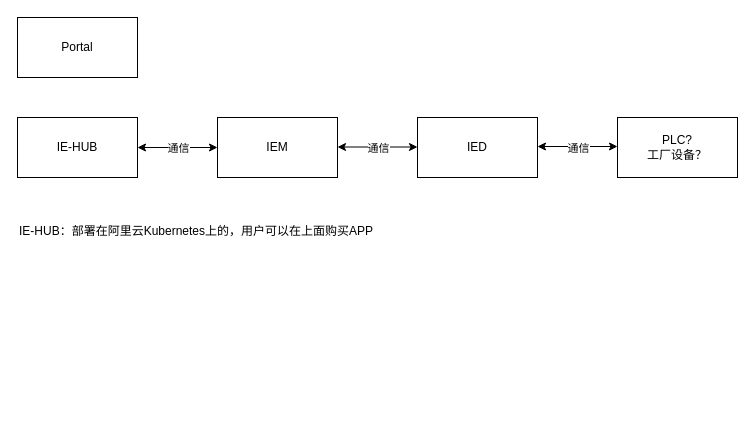
Above: Untitled Diagram.drawio in wkaca7114/documents (draw.io), before the change. Source tidied: cells renumbered, new cells numbered last; positions are measured from the earlier drawing's top-left corner, leaving out a move shared by most shapes. Both pictures are drawn from the tidied source at 100%, with x=0, y=0 at pixel (17, 17).
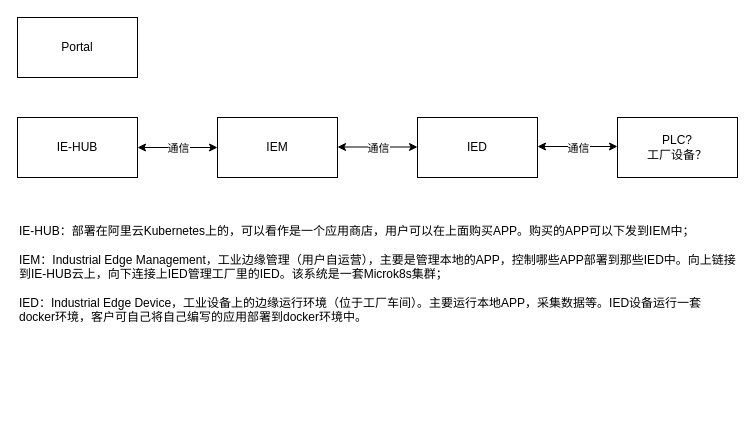
The same diagram, later.

Change to the diagram source:
```diff
@@
 <mxGraphModel>
   <root>
     <mxCell id="0" />
     <mxCell id="1" parent="0" />
     <mxCell id="2" value="Portal" style="rounded=0;whiteSpace=wrap;html=1;" parent="1" vertex="1">
       <mxGeometry width="120" height="60" as="geometry" />
     </mxCell>
     <mxCell id="3" value="IE-HUB" style="rounded=0;whiteSpace=wrap;html=1;" parent="1" vertex="1">
       <mxGeometry y="100" width="120" height="60" as="geometry" />
     </mxCell>
     <mxCell id="4" value="IEM" style="rounded=0;whiteSpace=wrap;html=1;" parent="1" vertex="1">
       <mxGeometry x="200" y="100" width="120" height="60" as="geometry" />
     </mxCell>
     <mxCell id="5" value="IED" style="rounded=0;whiteSpace=wrap;html=1;" parent="1" vertex="1">
       <mxGeometry x="400" y="100" width="120" height="60" as="geometry" />
     </mxCell>
     <mxCell id="6" style="endArrow=classic;startArrow=classic;html=1;entryX=0;entryY=0.5;entryDx=0;entryDy=0;" parent="1" edge="1" source="3" target="4">
       <mxGeometry relative="1" as="geometry" />
     </mxCell>
     <mxCell id="7" value="通信" style="edgeLabel;html=1;align=center;verticalAlign=middle;" parent="6" vertex="1">
       <mxGeometry x="0.4" y="1" relative="1" as="geometry">
         <mxPoint x="-16" y="1" as="offset" />
       </mxGeometry>
     </mxCell>
     <mxCell id="8" style="endArrow=classic;startArrow=classic;html=1;entryX=0;entryY=0.5;entryDx=0;entryDy=0;" parent="1" edge="1">
       <mxGeometry relative="1" as="geometry">
         <mxPoint x="320" y="129.5" as="sourcePoint" />
         <mxPoint x="400" y="129.5" as="targetPoint" />
       </mxGeometry>
     </mxCell>
     <mxCell id="9" value="通信" style="edgeLabel;html=1;align=center;verticalAlign=middle;" parent="1" vertex="1">
       <mxGeometry x="360" y="130" as="geometry" />
     </mxCell>
     <mxCell id="10" value="PLC?&lt;br&gt;工厂设备？" style="rounded=0;whiteSpace=wrap;html=1;align=center;" parent="1" vertex="1">
       <mxGeometry x="600" y="100" width="120" height="60" as="geometry" />
     </mxCell>
     <mxCell id="11" style="endArrow=classic;startArrow=classic;html=1;entryX=0;entryY=0.5;entryDx=0;entryDy=0;" parent="1" edge="1">
       <mxGeometry relative="1" as="geometry">
         <mxPoint x="520" y="129" as="sourcePoint" />
         <mxPoint x="600" y="129" as="targetPoint" />
       </mxGeometry>
     </mxCell>
     <mxCell id="12" value="通信" style="edgeLabel;html=1;align=center;verticalAlign=middle;" parent="11" vertex="1">
       <mxGeometry x="0.32" relative="1" as="geometry">
         <mxPoint x="-13" y="1" as="offset" />
       </mxGeometry>
     </mxCell>
-    <mxCell id="13" value="IE-HUB：部署在阿里云Kubernetes上的，用户可以在上面购买APP" style="text;html=1;strokeColor=none;fillColor=none;align=left;verticalAlign=top;whiteSpace=wrap;rounded=0;" parent="1" vertex="1">
+    <mxCell id="13" value="IE-HUB：部署在阿里云Kubernetes上的，可以看作是一个应用商店，用户可以在上面购买APP。购买的APP可以下发到IEM中；&lt;br&gt;&lt;br&gt;IEM：Industrial Edge Management，工业边缘管理（用户自运营），主要是管理本地的APP，控制哪些APP部署到那些IED中。向上链接到IE-HUB云上，向下连接上IED管理工厂里的IED。该系统是一套Microk8s集群；&lt;br&gt;&lt;br&gt;IED：Industrial Edge Device，工业设备上的边缘运行环境（位于工厂车间）。主要运行本地APP，采集数据等。IED设备运行一套docker环境，客户可自己将自己编写的应用部署到docker环境中。" style="text;html=1;strokeColor=none;fillColor=none;align=left;verticalAlign=top;whiteSpace=wrap;rounded=0;" parent="1" vertex="1">
       <mxGeometry y="200" width="720" height="200" as="geometry" />
     </mxCell>
   </root>
 </mxGraphModel>
```
